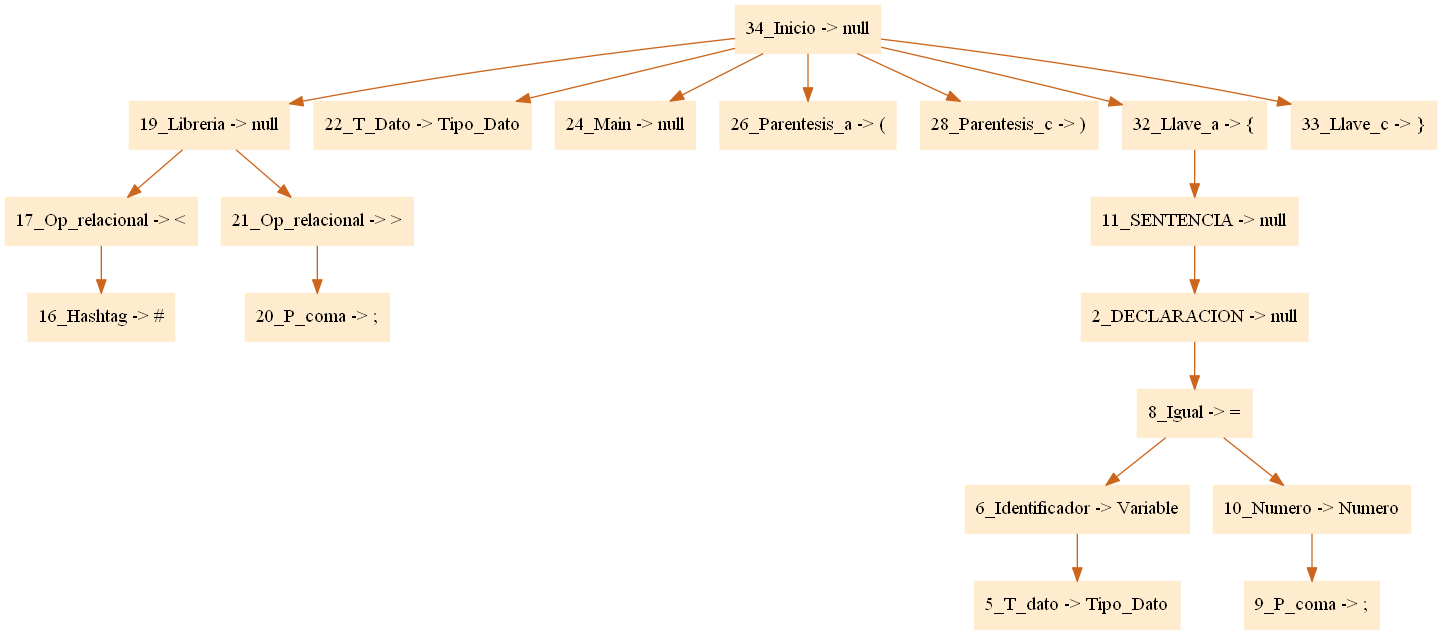
BSam98/Octocom keeps this Graphviz diagram as arbol.png. Above is the earlier version. Its source is kept beside it as arbol.dot. The source it was exported from:
```dot
digraph G {node[shape=box, style=filled, color=blanchedalmond]; edge[color=chocolate3];rankdir=UD

"34_Inicio -> null"->"19_Libreria -> null"
"19_Libreria -> null"->"17_Op_relacional -> <"
"17_Op_relacional -> <"->"16_Hashtag -> #"
"19_Libreria -> null"->"21_Op_relacional -> >"
"21_Op_relacional -> >"->"20_P_coma -> ;"
"34_Inicio -> null"->"22_T_Dato -> Tipo_Dato"
"34_Inicio -> null"->"24_Main -> null"
"34_Inicio -> null"->"26_Parentesis_a -> ("
"34_Inicio -> null"->"28_Parentesis_c -> )"
"34_Inicio -> null"->"32_Llave_a -> {"
"32_Llave_a -> {"->"11_SENTENCIA -> null"
"11_SENTENCIA -> null"->"2_DECLARACION -> null"
"2_DECLARACION -> null"->"8_Igual -> ="
"8_Igual -> ="->"6_Identificador -> Variable"
"6_Identificador -> Variable"->"5_T_dato -> Tipo_Dato"
"8_Igual -> ="->"10_Numero -> Numero"
"10_Numero -> Numero"->"9_P_coma -> ;"
"34_Inicio -> null"->"33_Llave_c -> }"


}
```
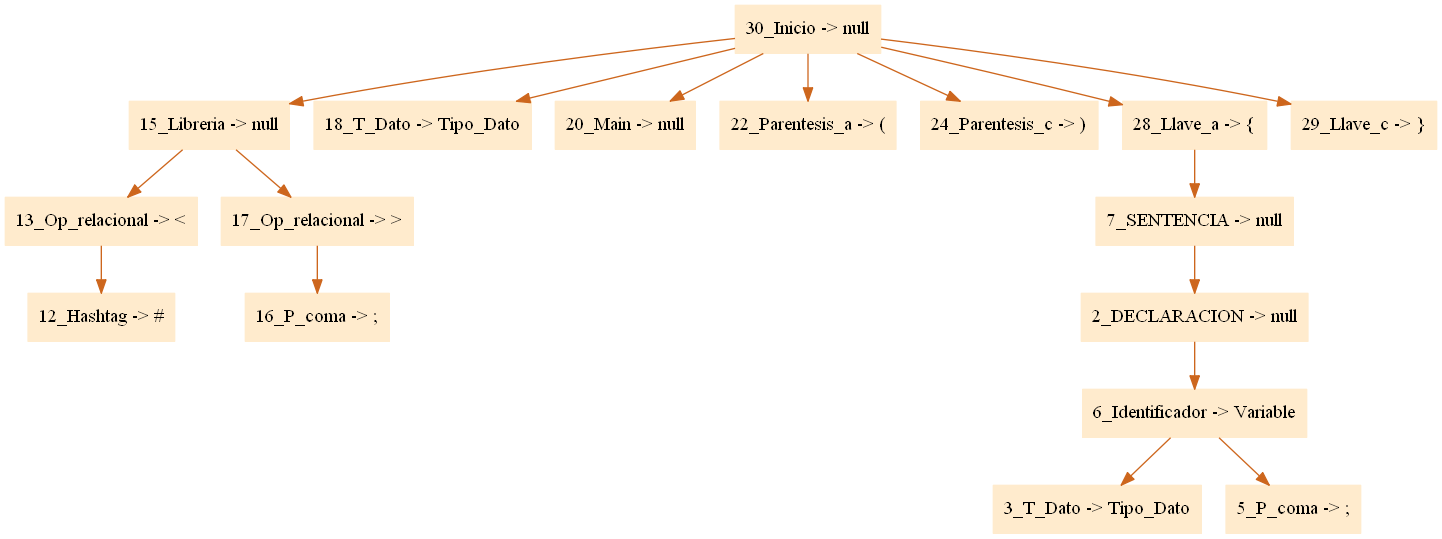
The same file after the commit.

Change to the diagram source:
```diff
@@ -1,23 +1,21 @@
 digraph G {node[shape=box, style=filled, color=blanchedalmond]; edge[color=chocolate3];rankdir=UD
 
-"34_Inicio -> null"->"19_Libreria -> null"
-"19_Libreria -> null"->"17_Op_relacional -> <"
-"17_Op_relacional -> <"->"16_Hashtag -> #"
-"19_Libreria -> null"->"21_Op_relacional -> >"
-"21_Op_relacional -> >"->"20_P_coma -> ;"
-"34_Inicio -> null"->"22_T_Dato -> Tipo_Dato"
-"34_Inicio -> null"->"24_Main -> null"
-"34_Inicio -> null"->"26_Parentesis_a -> ("
-"34_Inicio -> null"->"28_Parentesis_c -> )"
-"34_Inicio -> null"->"32_Llave_a -> {"
-"32_Llave_a -> {"->"11_SENTENCIA -> null"
-"11_SENTENCIA -> null"->"2_DECLARACION -> null"
-"2_DECLARACION -> null"->"8_Igual -> ="
-"8_Igual -> ="->"6_Identificador -> Variable"
-"6_Identificador -> Variable"->"5_T_dato -> Tipo_Dato"
-"8_Igual -> ="->"10_Numero -> Numero"
-"10_Numero -> Numero"->"9_P_coma -> ;"
-"34_Inicio -> null"->"33_Llave_c -> }"
+"30_Inicio -> null"->"15_Libreria -> null"
+"15_Libreria -> null"->"13_Op_relacional -> <"
+"13_Op_relacional -> <"->"12_Hashtag -> #"
+"15_Libreria -> null"->"17_Op_relacional -> >"
+"17_Op_relacional -> >"->"16_P_coma -> ;"
+"30_Inicio -> null"->"18_T_Dato -> Tipo_Dato"
+"30_Inicio -> null"->"20_Main -> null"
+"30_Inicio -> null"->"22_Parentesis_a -> ("
+"30_Inicio -> null"->"24_Parentesis_c -> )"
+"30_Inicio -> null"->"28_Llave_a -> {"
+"28_Llave_a -> {"->"7_SENTENCIA -> null"
+"7_SENTENCIA -> null"->"2_DECLARACION -> null"
+"2_DECLARACION -> null"->"6_Identificador -> Variable"
+"6_Identificador -> Variable"->"3_T_Dato -> Tipo_Dato"
+"6_Identificador -> Variable"->"5_P_coma -> ;"
+"30_Inicio -> null"->"29_Llave_c -> }"
 
 
 }
```
